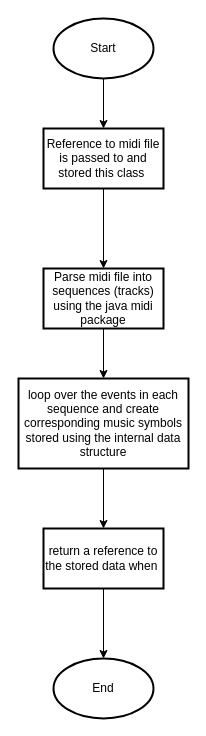
This is docs/flowcharts/5 Midi Parser flowchart.drawio from Bingergie/midi2musicxml, a draw.io file, before an edit. Source tidied: cells renumbered, new cells numbered last; positions are measured from the earlier drawing's top-left corner, leaving out a move shared by most shapes. Both pictures are drawn from the tidied source at 100%, with x=0, y=0 at pixel (18, 18).
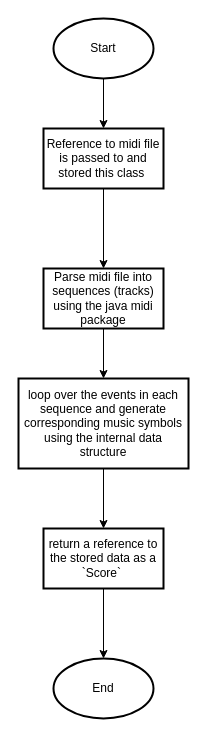
The same page after the edit.

Change to the diagram source:
```diff
@@
 <mxGraphModel>
   <root>
     <mxCell id="0" />
     <mxCell id="1" parent="0" />
     <mxCell id="2" style="edgeStyle=orthogonalEdgeStyle;rounded=0;jettySize=auto;html=1;exitX=0.5;exitY=1;exitDx=0;exitDy=0;exitPerimeter=0;entryX=0.5;entryY=0;entryDx=0;entryDy=0;" parent="1" edge="1" source="3" target="5">
       <mxGeometry relative="1" as="geometry" />
     </mxCell>
     <mxCell id="3" value="Start" style="strokeWidth=2;html=1;shape=mxgraph.flowchart.start_1;whiteSpace=wrap;" parent="1" vertex="1">
       <mxGeometry x="35" width="100" height="60" as="geometry" />
     </mxCell>
     <mxCell id="4" style="edgeStyle=orthogonalEdgeStyle;rounded=0;jettySize=auto;html=1;" parent="1" edge="1" source="5" target="7">
       <mxGeometry relative="1" as="geometry" />
     </mxCell>
     <mxCell id="5" value="Reference to midi file is passed to and stored this class&amp;nbsp;" style="whiteSpace=wrap;html=1;strokeWidth=2;" parent="1" vertex="1">
       <mxGeometry x="25" y="110" width="120" height="60" as="geometry" />
     </mxCell>
     <mxCell id="6" style="edgeStyle=orthogonalEdgeStyle;rounded=0;jettySize=auto;html=1;" parent="1" edge="1" source="7" target="9">
       <mxGeometry relative="1" as="geometry" />
     </mxCell>
     <mxCell id="7" value="Parse midi file into sequences (tracks) using the java midi package" style="whiteSpace=wrap;html=1;strokeWidth=2;" parent="1" vertex="1">
       <mxGeometry x="25" y="250" width="120" height="60" as="geometry" />
     </mxCell>
     <mxCell id="8" style="edgeStyle=orthogonalEdgeStyle;rounded=0;jettySize=auto;html=1;" parent="1" edge="1" source="9" target="11">
       <mxGeometry relative="1" as="geometry" />
     </mxCell>
-    <mxCell id="9" value="loop over the events in each sequence and create corresponding music symbols stored using the internal data structure" style="whiteSpace=wrap;html=1;strokeWidth=2;" parent="1" vertex="1">
+    <mxCell id="9" value="loop over the events in each sequence and generate corresponding music symbols using the internal data structure" style="whiteSpace=wrap;html=1;strokeWidth=2;" parent="1" vertex="1">
       <mxGeometry y="360" width="170" height="90" as="geometry" />
     </mxCell>
     <mxCell id="10" style="edgeStyle=orthogonalEdgeStyle;rounded=0;jettySize=auto;html=1;" parent="1" edge="1" source="11" target="12">
       <mxGeometry relative="1" as="geometry" />
     </mxCell>
-    <mxCell id="11" value="return a reference to the stored data when&amp;nbsp;" style="whiteSpace=wrap;html=1;strokeWidth=2;" parent="1" vertex="1">
+    <mxCell id="11" value="return a reference to the stored data as a `Score`&amp;nbsp;" style="whiteSpace=wrap;html=1;strokeWidth=2;" parent="1" vertex="1">
       <mxGeometry x="25" y="510" width="120" height="60" as="geometry" />
     </mxCell>
     <mxCell id="12" value="End" style="ellipse;whiteSpace=wrap;html=1;strokeWidth=2;" parent="1" vertex="1">
       <mxGeometry x="35" y="640" width="100" height="60" as="geometry" />
     </mxCell>
   </root>
 </mxGraphModel>
```
